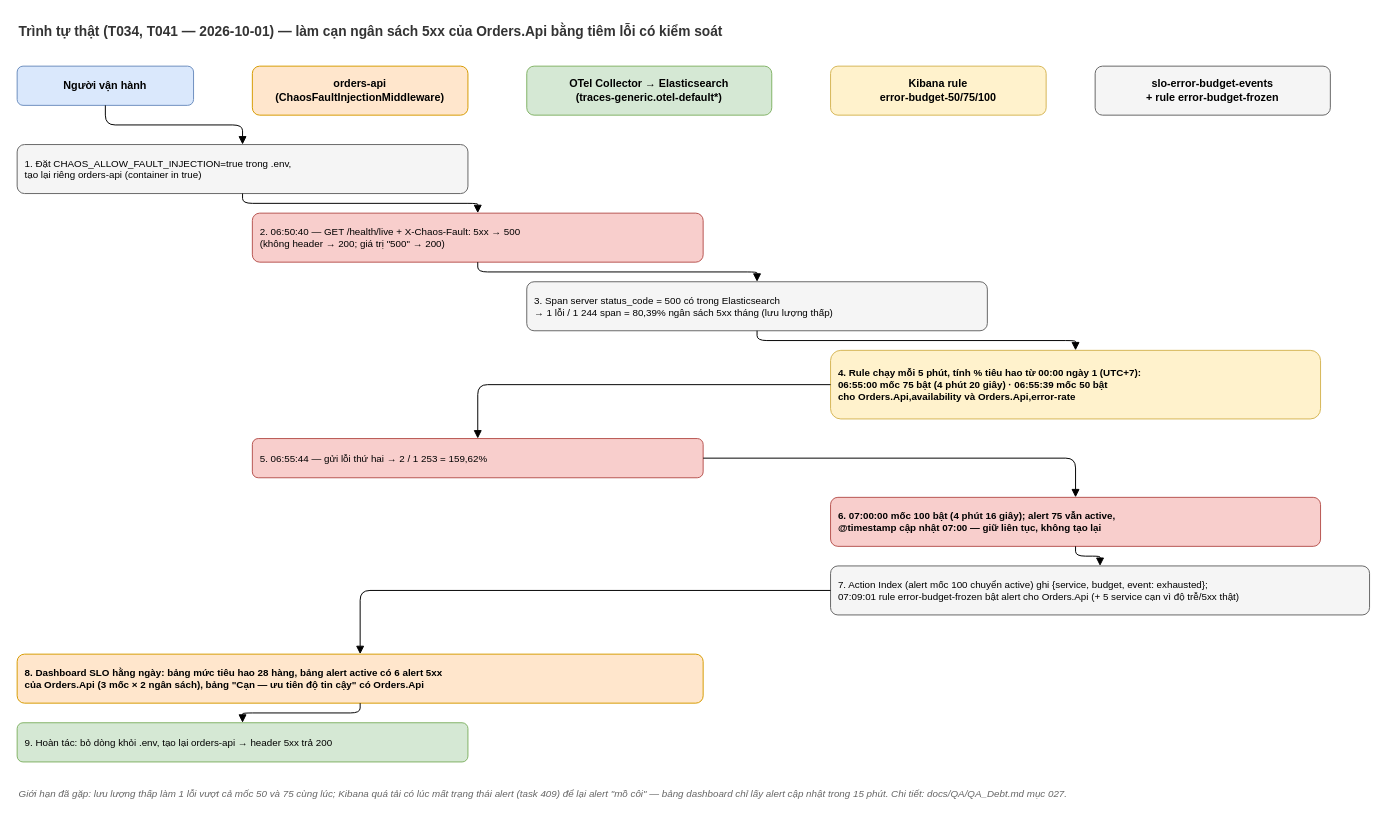
Before: docs/diagrams/027-error-budget-alerting-sequence.drawio in nmhieuit/ecommerce, a draw.io diagram. Source tidied: cells renumbered, new cells numbered last; positions are measured from the earlier drawing's top-left corner, leaving out a move shared by most shapes. Both pictures are drawn from the tidied source at 98%, with x=0, y=0 at pixel (17, 17).
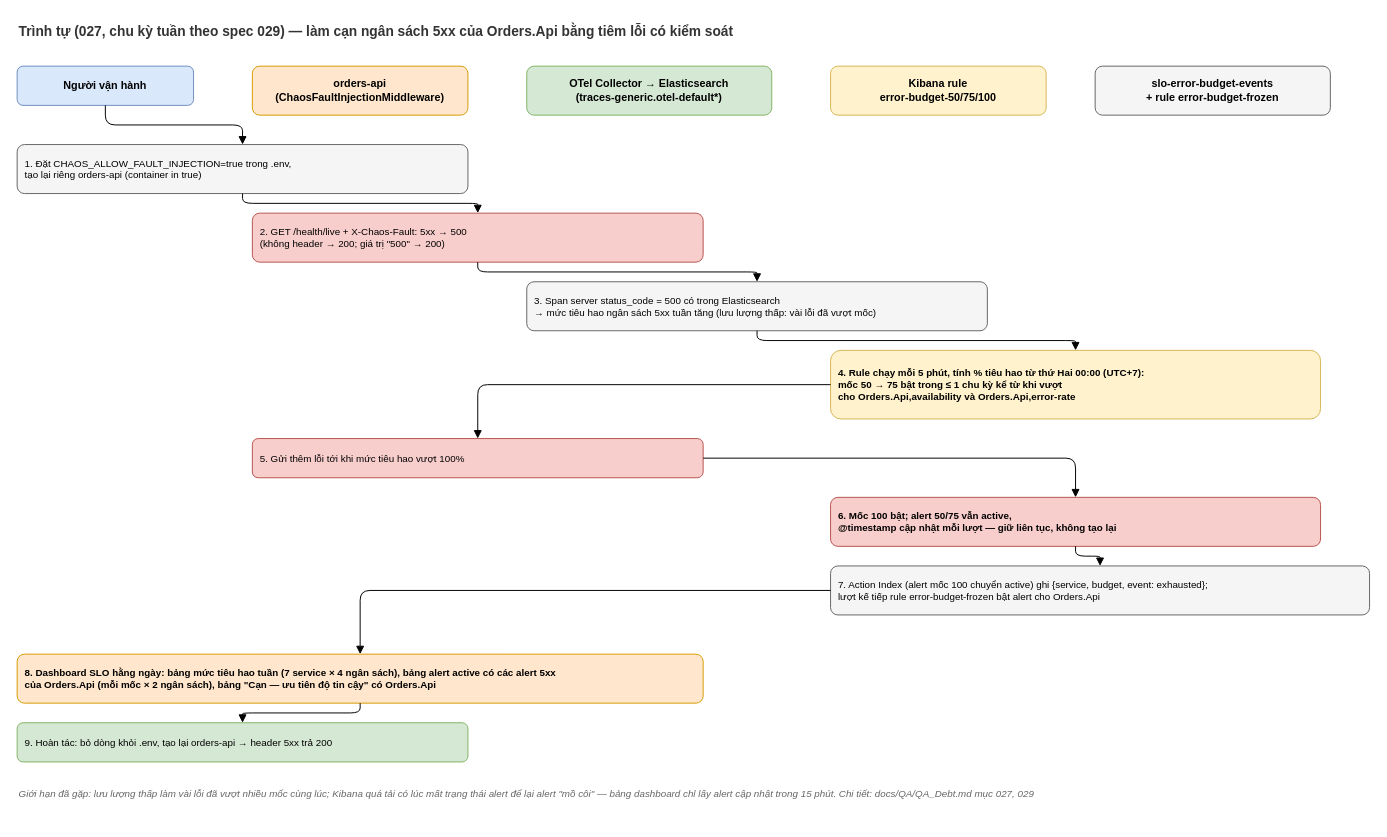
The same page after the edit.

The edit, as a diff of the source:
```diff
@@
-    <mxCell id="2" value="Trình tự thật (T034, T041 — 2026-10-01) — làm cạn ngân sách 5xx của Orders.Api bằng tiêm lỗi có kiểm soát" style="text;html=1;fontStyle=1;fontSize=14;fontColor=#333333;" parent="1" vertex="1">
+    <mxCell id="2" value="Trình tự (027, chu kỳ tuần theo spec 029) — làm cạn ngân sách 5xx của Orders.Api bằng tiêm lỗi có kiểm soát" style="text;html=1;fontStyle=1;fontSize=14;fontColor=#333333;" parent="1" vertex="1">
       <mxGeometry width="1380" height="26" as="geometry" />
     </mxCell>
@@
-    <mxCell id="9" value="2. 06:50:40 — GET /health/live + X-Chaos-Fault: 5xx → 500&#10;(không header → 200; giá trị &quot;500&quot; → 200)" style="rounded=1;whiteSpace=wrap;html=1;fillColor=#f8cecc;strokeColor=#b85450;fontSize=10;align=left;spacingLeft=6;" parent="1" vertex="1">
+    <mxCell id="9" value="2. GET /health/live + X-Chaos-Fault: 5xx → 500&#10;(không header → 200; giá trị &quot;500&quot; → 200)" style="rounded=1;whiteSpace=wrap;html=1;fillColor=#f8cecc;strokeColor=#b85450;fontSize=10;align=left;spacingLeft=6;" parent="1" vertex="1">
       <mxGeometry x="240" y="200" width="460" height="50" as="geometry" />
     </mxCell>
-    <mxCell id="10" value="3. Span server status_code = 500 có trong Elasticsearch&#10;→ 1 lỗi / 1 244 span = 80,39% ngân sách 5xx tháng (lưu lượng thấp)" style="rounded=1;whiteSpace=wrap;html=1;fillColor=#f5f5f5;strokeColor=#666666;fontSize=10;align=left;spacingLeft=6;" parent="1" vertex="1">
+    <mxCell id="10" value="3. Span server status_code = 500 có trong Elasticsearch&#10;→ mức tiêu hao ngân sách 5xx tuần tăng (lưu lượng thấp: vài lỗi đã vượt mốc)" style="rounded=1;whiteSpace=wrap;html=1;fillColor=#f5f5f5;strokeColor=#666666;fontSize=10;align=left;spacingLeft=6;" parent="1" vertex="1">
       <mxGeometry x="520" y="270" width="470" height="50" as="geometry" />
     </mxCell>
-    <mxCell id="11" value="4. Rule chạy mỗi 5 phút, tính % tiêu hao từ 00:00 ngày 1 (UTC+7):&#10;06:55:00 mốc 75 bật (4 phút 20 giây) · 06:55:39 mốc 50 bật&#10;cho Orders.Api,availability và Orders.Api,error-rate" style="rounded=1;whiteSpace=wrap;html=1;fillColor=#fff2cc;strokeColor=#d6b656;fontSize=10;fontStyle=1;align=left;spacingLeft=6;" parent="1" vertex="1">
+    <mxCell id="11" value="4. Rule chạy mỗi 5 phút, tính % tiêu hao từ thứ Hai 00:00 (UTC+7):&#10;mốc 50 → 75 bật trong ≤ 1 chu kỳ kể từ khi vượt&#10;cho Orders.Api,availability và Orders.Api,error-rate" style="rounded=1;whiteSpace=wrap;html=1;fillColor=#fff2cc;strokeColor=#d6b656;fontSize=10;fontStyle=1;align=left;spacingLeft=6;" parent="1" vertex="1">
       <mxGeometry x="830" y="340" width="500" height="70" as="geometry" />
     </mxCell>
-    <mxCell id="12" value="5. 06:55:44 — gửi lỗi thứ hai → 2 / 1 253 = 159,62%" style="rounded=1;whiteSpace=wrap;html=1;fillColor=#f8cecc;strokeColor=#b85450;fontSize=10;align=left;spacingLeft=6;" parent="1" vertex="1">
+    <mxCell id="12" value="5. Gửi thêm lỗi tới khi mức tiêu hao vượt 100%" style="rounded=1;whiteSpace=wrap;html=1;fillColor=#f8cecc;strokeColor=#b85450;fontSize=10;align=left;spacingLeft=6;" parent="1" vertex="1">
       <mxGeometry x="240" y="430" width="460" height="40" as="geometry" />
     </mxCell>
-    <mxCell id="13" value="6. 07:00:00 mốc 100 bật (4 phút 16 giây); alert 75 vẫn active,&#10;@timestamp cập nhật 07:00 — giữ liên tục, không tạo lại" style="rounded=1;whiteSpace=wrap;html=1;fillColor=#f8cecc;strokeColor=#b85450;fontSize=10;fontStyle=1;align=left;spacingLeft=6;" parent="1" vertex="1">
+    <mxCell id="13" value="6. Mốc 100 bật; alert 50/75 vẫn active,&#10;@timestamp cập nhật mỗi lượt — giữ liên tục, không tạo lại" style="rounded=1;whiteSpace=wrap;html=1;fillColor=#f8cecc;strokeColor=#b85450;fontSize=10;fontStyle=1;align=left;spacingLeft=6;" parent="1" vertex="1">
       <mxGeometry x="830" y="490" width="500" height="50" as="geometry" />
     </mxCell>
-    <mxCell id="14" value="7. Action Index (alert mốc 100 chuyển active) ghi {service, budget, event: exhausted};&#10;07:09:01 rule error-budget-frozen bật alert cho Orders.Api (+ 5 service cạn vì độ trễ/5xx thật)" style="rounded=1;whiteSpace=wrap;html=1;fillColor=#f5f5f5;strokeColor=#666666;fontSize=10;align=left;spacingLeft=6;" parent="1" vertex="1">
+    <mxCell id="14" value="7. Action Index (alert mốc 100 chuyển active) ghi {service, budget, event: exhausted};&#10;lượt kế tiếp rule error-budget-frozen bật alert cho Orders.Api" style="rounded=1;whiteSpace=wrap;html=1;fillColor=#f5f5f5;strokeColor=#666666;fontSize=10;align=left;spacingLeft=6;" parent="1" vertex="1">
       <mxGeometry x="830" y="560" width="550" height="50" as="geometry" />
     </mxCell>
-    <mxCell id="15" value="8. Dashboard SLO hằng ngày: bảng mức tiêu hao 28 hàng, bảng alert active có 6 alert 5xx&#10;của Orders.Api (3 mốc × 2 ngân sách), bảng &quot;Cạn — ưu tiên độ tin cậy&quot; có Orders.Api" style="rounded=1;whiteSpace=wrap;html=1;fillColor=#ffe6cc;strokeColor=#d79b00;fontSize=10;fontStyle=1;align=left;spacingLeft=6;" parent="1" vertex="1">
+    <mxCell id="15" value="8. Dashboard SLO hằng ngày: bảng mức tiêu hao tuần (7 service × 4 ngân sách), bảng alert active có các alert 5xx&#10;của Orders.Api (mỗi mốc × 2 ngân sách), bảng &quot;Cạn — ưu tiên độ tin cậy&quot; có Orders.Api" style="rounded=1;whiteSpace=wrap;html=1;fillColor=#ffe6cc;strokeColor=#d79b00;fontSize=10;fontStyle=1;align=left;spacingLeft=6;" parent="1" vertex="1">
       <mxGeometry y="650" width="700" height="50" as="geometry" />
     </mxCell>
@@
-    <mxCell id="17" value="Giới hạn đã gặp: lưu lượng thấp làm 1 lỗi vượt cả mốc 50 và 75 cùng lúc; Kibana quá tải có lúc mất trạng thái alert (task 409) để lại alert &quot;mồ côi&quot; — bảng dashboard chỉ lấy alert cập nhật trong 15 phút. Chi tiết: docs/QA/QA_Debt.md mục 027." style="text;html=1;fontSize=10;fontColor=#666666;whiteSpace=wrap;align=left;fontStyle=2;" parent="1" vertex="1">
+    <mxCell id="17" value="Giới hạn đã gặp: lưu lượng thấp làm vài lỗi đã vượt nhiều mốc cùng lúc; Kibana quá tải có lúc mất trạng thái alert để lại alert &quot;mồ côi&quot; — bảng dashboard chỉ lấy alert cập nhật trong 15 phút. Chi tiết: docs/QA/QA_Debt.md mục 027, 029" style="text;html=1;fontSize=10;fontColor=#666666;whiteSpace=wrap;align=left;fontStyle=2;" parent="1" vertex="1">
       <mxGeometry y="780" width="1100" height="40" as="geometry" />
     </mxCell>
```
